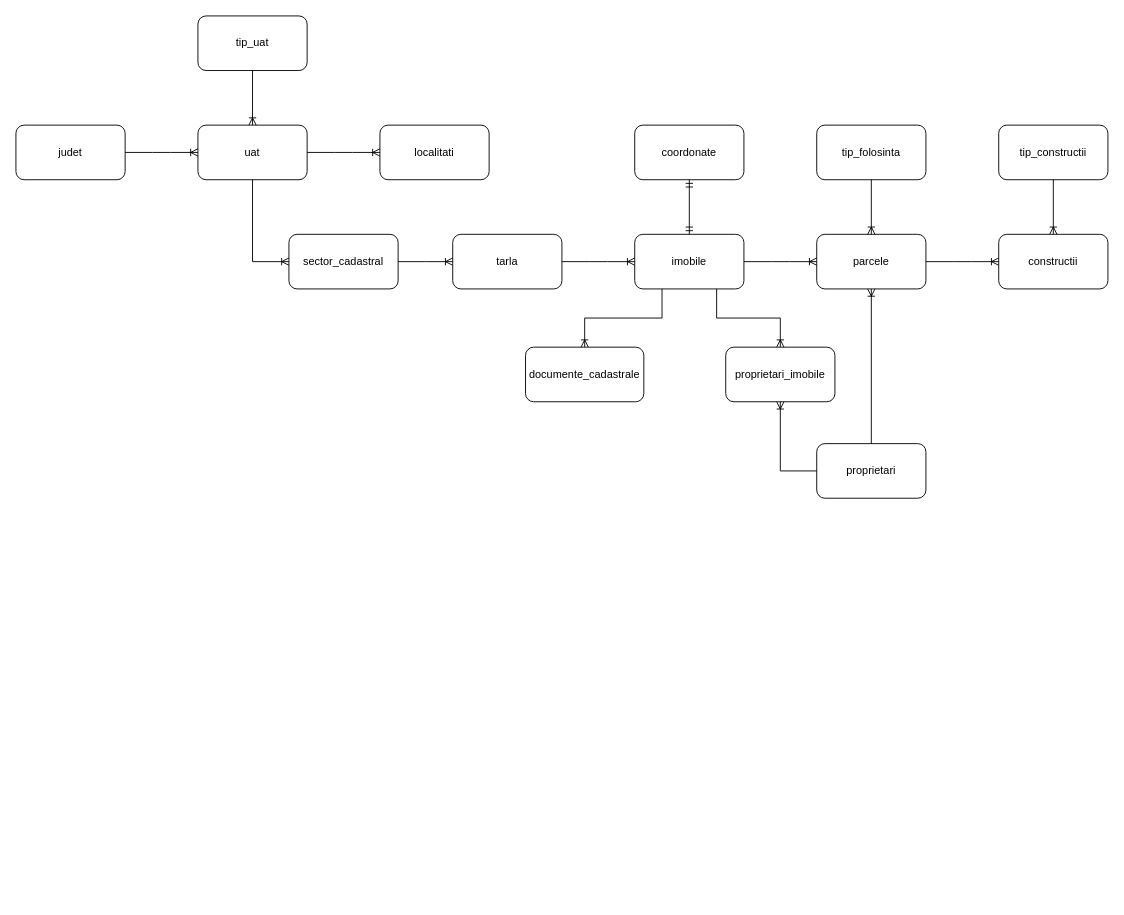
AdelaLukacs/examen_sem_I_lukacs_adela keeps this draw.io diagram as Diagramă examen.drawio. Above is the earlier version. Source tidied: cells renumbered, new cells numbered last; positions are measured from the earlier drawing's top-left corner, leaving out a move shared by most shapes. Both pictures are drawn from the tidied source at 91%, with x=0, y=0 at pixel (15, 15).
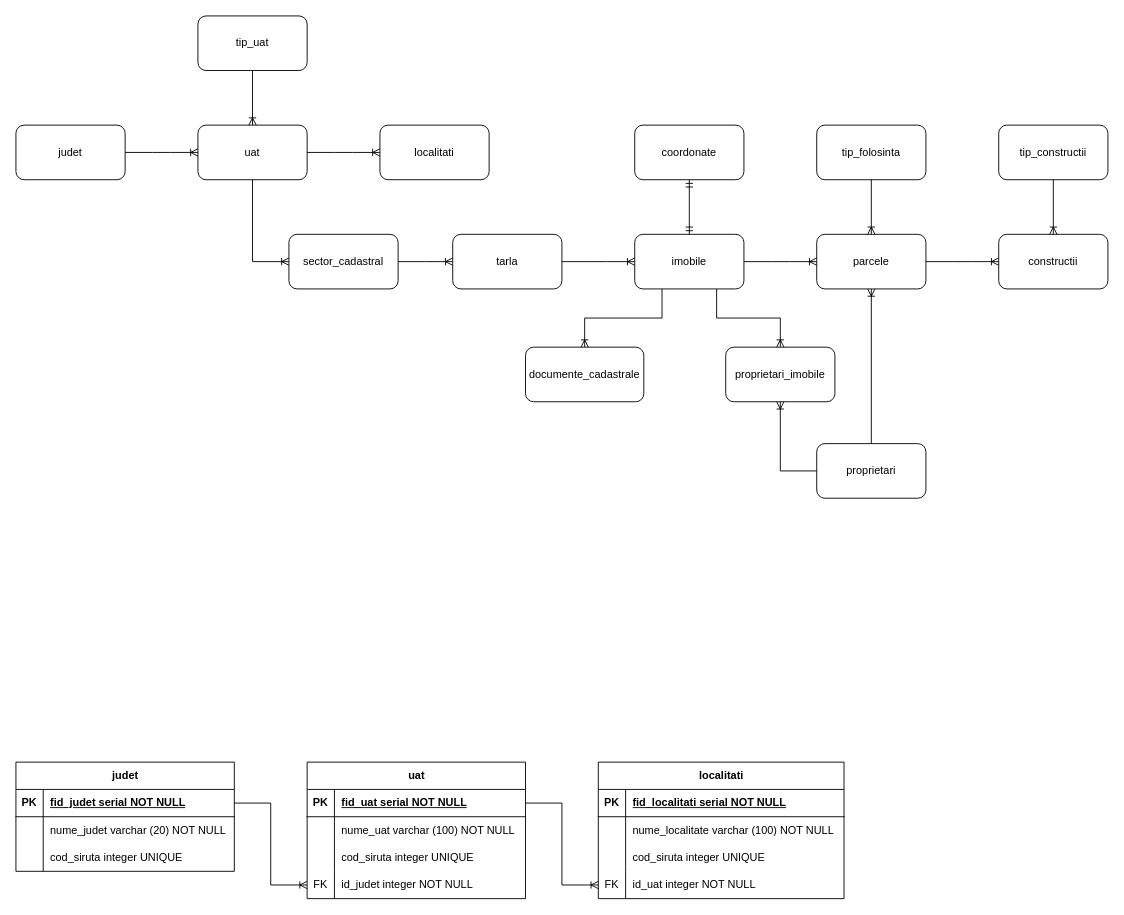
Above is the later version.

What changed in the source:
```diff
@@
+    <mxCell id="32" value="judet" style="shape=table;startSize=30;childLayout=tableLayout;rowLines=0;fontStyle=1;align=center;html=1;" parent="1" vertex="1">
+      <mxGeometry y="820" width="240" height="120" as="geometry" />
+    </mxCell>
+    <mxCell id="33" style="shape=tableRow;horizontal=0;startSize=0;swimlaneHead=0;swimlaneBody=0;fillColor=none;points=[[0,0.5],[1,0.5]];portConstraint=eastwest;top=0;left=0;right=0;bottom=1;" parent="32" vertex="1">
+      <mxGeometry y="30" width="240" height="30" as="geometry" />
+    </mxCell>
+    <mxCell id="34" value="PK" style="shape=partialRectangle;fillColor=none;top=0;left=0;bottom=0;right=0;fontStyle=1;overflow=hidden;whiteSpace=wrap;html=1;" parent="33" vertex="1">
+      <mxGeometry width="30" height="30" as="geometry" />
+    </mxCell>
+    <mxCell id="35" value="fid_judet serial NOT NULL" style="shape=partialRectangle;fillColor=none;top=0;left=0;bottom=0;right=0;align=left;spacingLeft=6;fontStyle=5;overflow=hidden;whiteSpace=wrap;html=1;" parent="33" vertex="1">
+      <mxGeometry x="30" width="210" height="30" as="geometry" />
+    </mxCell>
+    <mxCell id="36" style="shape=tableRow;horizontal=0;startSize=0;swimlaneHead=0;swimlaneBody=0;fillColor=none;top=0;left=0;right=0;bottom=0;" parent="32" vertex="1">
+      <mxGeometry y="60" width="240" height="30" as="geometry" />
+    </mxCell>
+    <mxCell id="37" style="shape=partialRectangle;fillColor=none;top=0;left=0;bottom=0;right=0;overflow=hidden;whiteSpace=wrap;html=1;" parent="36" vertex="1">
+      <mxGeometry width="30" height="30" as="geometry" />
+    </mxCell>
+    <mxCell id="38" value="nume_judet varchar (20) NOT NULL" style="shape=partialRectangle;fillColor=none;top=0;left=0;bottom=0;right=0;align=left;spacingLeft=6;overflow=hidden;whiteSpace=wrap;html=1;" parent="36" vertex="1">
+      <mxGeometry x="30" width="210" height="30" as="geometry" />
+    </mxCell>
+    <mxCell id="39" style="shape=tableRow;horizontal=0;startSize=0;swimlaneHead=0;swimlaneBody=0;fillColor=none;top=0;left=0;right=0;bottom=0;" parent="32" vertex="1">
+      <mxGeometry y="90" width="240" height="30" as="geometry" />
+    </mxCell>
+    <mxCell id="40" style="shape=partialRectangle;fillColor=none;top=0;left=0;bottom=0;right=0;overflow=hidden;whiteSpace=wrap;html=1;" parent="39" vertex="1">
+      <mxGeometry width="30" height="30" as="geometry" />
+    </mxCell>
+    <mxCell id="41" value="cod_siruta integer UNIQUE" style="shape=partialRectangle;fillColor=none;top=0;left=0;bottom=0;right=0;align=left;spacingLeft=6;overflow=hidden;whiteSpace=wrap;html=1;" parent="39" vertex="1">
+      <mxGeometry x="30" width="210" height="30" as="geometry" />
+    </mxCell>
+    <mxCell id="42" value="uat" style="shape=table;startSize=30;childLayout=tableLayout;rowLines=0;fontStyle=1;align=center;html=1;" parent="1" vertex="1">
+      <mxGeometry x="320" y="820" width="240" height="150" as="geometry" />
+    </mxCell>
+    <mxCell id="43" style="shape=tableRow;horizontal=0;startSize=0;swimlaneHead=0;swimlaneBody=0;fillColor=none;points=[[0,0.5],[1,0.5]];portConstraint=eastwest;top=0;left=0;right=0;bottom=1;" parent="42" vertex="1">
+      <mxGeometry y="30" width="240" height="30" as="geometry" />
+    </mxCell>
+    <mxCell id="44" value="PK" style="shape=partialRectangle;fillColor=none;top=0;left=0;bottom=0;right=0;fontStyle=1;overflow=hidden;whiteSpace=wrap;html=1;" parent="43" vertex="1">
+      <mxGeometry width="30" height="30" as="geometry" />
+    </mxCell>
+    <mxCell id="45" value="fid_uat serial NOT NULL" style="shape=partialRectangle;fillColor=none;top=0;left=0;bottom=0;right=0;align=left;spacingLeft=6;fontStyle=5;overflow=hidden;whiteSpace=wrap;html=1;" parent="43" vertex="1">
+      <mxGeometry x="30" width="210" height="30" as="geometry" />
+    </mxCell>
+    <mxCell id="46" style="shape=tableRow;horizontal=0;startSize=0;swimlaneHead=0;swimlaneBody=0;fillColor=none;top=0;left=0;right=0;bottom=0;" parent="42" vertex="1">
+      <mxGeometry y="60" width="240" height="30" as="geometry" />
+    </mxCell>
+    <mxCell id="47" style="shape=partialRectangle;fillColor=none;top=0;left=0;bottom=0;right=0;overflow=hidden;whiteSpace=wrap;html=1;" parent="46" vertex="1">
+      <mxGeometry width="30" height="30" as="geometry" />
+    </mxCell>
+    <mxCell id="48" value="nume_uat varchar (100) NOT NULL" style="shape=partialRectangle;fillColor=none;top=0;left=0;bottom=0;right=0;align=left;spacingLeft=6;overflow=hidden;whiteSpace=wrap;html=1;" parent="46" vertex="1">
+      <mxGeometry x="30" width="210" height="30" as="geometry" />
+    </mxCell>
+    <mxCell id="49" style="shape=tableRow;horizontal=0;startSize=0;swimlaneHead=0;swimlaneBody=0;fillColor=none;top=0;left=0;right=0;bottom=0;" parent="42" vertex="1">
+      <mxGeometry y="90" width="240" height="30" as="geometry" />
+    </mxCell>
+    <mxCell id="50" style="shape=partialRectangle;fillColor=none;top=0;left=0;bottom=0;right=0;overflow=hidden;whiteSpace=wrap;html=1;" parent="49" vertex="1">
+      <mxGeometry width="30" height="30" as="geometry" />
+    </mxCell>
+    <mxCell id="51" value="cod_siruta integer UNIQUE" style="shape=partialRectangle;fillColor=none;top=0;left=0;bottom=0;right=0;align=left;spacingLeft=6;overflow=hidden;whiteSpace=wrap;html=1;" parent="49" vertex="1">
+      <mxGeometry x="30" width="210" height="30" as="geometry" />
+    </mxCell>
+    <mxCell id="52" style="shape=tableRow;horizontal=0;startSize=0;swimlaneHead=0;swimlaneBody=0;fillColor=none;points=[[0,0.5],[1,0.5]];portConstraint=eastwest;top=0;left=0;right=0;bottom=0;" parent="42" vertex="1">
+      <mxGeometry y="120" width="240" height="30" as="geometry" />
+    </mxCell>
+    <mxCell id="53" value="FK" style="shape=partialRectangle;fillColor=none;top=0;left=0;bottom=0;right=0;overflow=hidden;whiteSpace=wrap;html=1;" parent="52" vertex="1">
+      <mxGeometry width="30" height="30" as="geometry" />
+    </mxCell>
+    <mxCell id="54" value="id_judet integer NOT NULL&amp;nbsp;" style="shape=partialRectangle;fillColor=none;top=0;left=0;bottom=0;right=0;align=left;spacingLeft=6;overflow=hidden;whiteSpace=wrap;html=1;" parent="52" vertex="1">
+      <mxGeometry x="30" width="210" height="30" as="geometry" />
+    </mxCell>
+    <mxCell id="55" style="edgeStyle=orthogonalEdgeStyle;fontSize=12;html=1;endArrow=ERoneToMany;rounded=0;exitX=1;exitY=0.5;exitDx=0;exitDy=0;entryX=0;entryY=0.5;entryDx=0;entryDy=0;" parent="1" edge="1" source="33" target="52">
+      <mxGeometry relative="1" as="geometry" />
+    </mxCell>
+    <mxCell id="56" value="localitati" style="shape=table;startSize=30;childLayout=tableLayout;rowLines=0;fontStyle=1;align=center;html=1;" parent="1" vertex="1">
+      <mxGeometry x="640" y="820" width="270" height="150" as="geometry" />
+    </mxCell>
+    <mxCell id="57" style="shape=tableRow;horizontal=0;startSize=0;swimlaneHead=0;swimlaneBody=0;fillColor=none;top=0;left=0;right=0;bottom=1;" parent="56" vertex="1">
+      <mxGeometry y="30" width="270" height="30" as="geometry" />
+    </mxCell>
+    <mxCell id="58" value="PK" style="shape=partialRectangle;fillColor=none;top=0;left=0;bottom=0;right=0;fontStyle=1;overflow=hidden;whiteSpace=wrap;html=1;" parent="57" vertex="1">
+      <mxGeometry width="30" height="30" as="geometry" />
+    </mxCell>
+    <mxCell id="59" value="fid_localitati serial NOT NULL" style="shape=partialRectangle;fillColor=none;top=0;left=0;bottom=0;right=0;align=left;spacingLeft=6;fontStyle=5;overflow=hidden;whiteSpace=wrap;html=1;" parent="57" vertex="1">
+      <mxGeometry x="30" width="240" height="30" as="geometry" />
+    </mxCell>
+    <mxCell id="60" style="shape=tableRow;horizontal=0;startSize=0;swimlaneHead=0;swimlaneBody=0;fillColor=none;top=0;left=0;right=0;bottom=0;" parent="56" vertex="1">
+      <mxGeometry y="60" width="270" height="30" as="geometry" />
+    </mxCell>
+    <mxCell id="61" style="shape=partialRectangle;fillColor=none;top=0;left=0;bottom=0;right=0;overflow=hidden;whiteSpace=wrap;html=1;" parent="60" vertex="1">
+      <mxGeometry width="30" height="30" as="geometry" />
+    </mxCell>
+    <mxCell id="62" value="nume_localitate varchar (100) NOT NULL" style="shape=partialRectangle;fillColor=none;top=0;left=0;bottom=0;right=0;align=left;spacingLeft=6;overflow=hidden;whiteSpace=wrap;html=1;" parent="60" vertex="1">
+      <mxGeometry x="30" width="240" height="30" as="geometry" />
+    </mxCell>
+    <mxCell id="63" style="shape=tableRow;horizontal=0;startSize=0;swimlaneHead=0;swimlaneBody=0;fillColor=none;top=0;left=0;right=0;bottom=0;" parent="56" vertex="1">
+      <mxGeometry y="90" width="270" height="30" as="geometry" />
+    </mxCell>
+    <mxCell id="64" style="shape=partialRectangle;fillColor=none;top=0;left=0;bottom=0;right=0;overflow=hidden;whiteSpace=wrap;html=1;" parent="63" vertex="1">
+      <mxGeometry width="30" height="30" as="geometry" />
+    </mxCell>
+    <mxCell id="65" value="cod_siruta integer UNIQUE" style="shape=partialRectangle;fillColor=none;top=0;left=0;bottom=0;right=0;align=left;spacingLeft=6;overflow=hidden;whiteSpace=wrap;html=1;" parent="63" vertex="1">
+      <mxGeometry x="30" width="240" height="30" as="geometry" />
+    </mxCell>
+    <mxCell id="66" style="shape=tableRow;horizontal=0;startSize=0;swimlaneHead=0;swimlaneBody=0;fillColor=none;points=[[0,0.5],[1,0.5]];portConstraint=eastwest;top=0;left=0;right=0;bottom=0;" parent="56" vertex="1">
+      <mxGeometry y="120" width="270" height="30" as="geometry" />
+    </mxCell>
+    <mxCell id="67" value="FK" style="shape=partialRectangle;fillColor=none;top=0;left=0;bottom=0;right=0;overflow=hidden;whiteSpace=wrap;html=1;" parent="66" vertex="1">
+      <mxGeometry width="30" height="30" as="geometry" />
+    </mxCell>
+    <mxCell id="68" value="id_uat integer NOT NULL&amp;nbsp;" style="shape=partialRectangle;fillColor=none;top=0;left=0;bottom=0;right=0;align=left;spacingLeft=6;overflow=hidden;whiteSpace=wrap;html=1;" parent="66" vertex="1">
+      <mxGeometry x="30" width="240" height="30" as="geometry" />
+    </mxCell>
+    <mxCell id="69" style="edgeStyle=orthogonalEdgeStyle;fontSize=12;html=1;endArrow=ERoneToMany;rounded=0;exitX=1;exitY=0.5;exitDx=0;exitDy=0;entryX=0;entryY=0.5;entryDx=0;entryDy=0;" parent="1" edge="1" source="43" target="66">
+      <mxGeometry relative="1" as="geometry" />
+    </mxCell>
```
